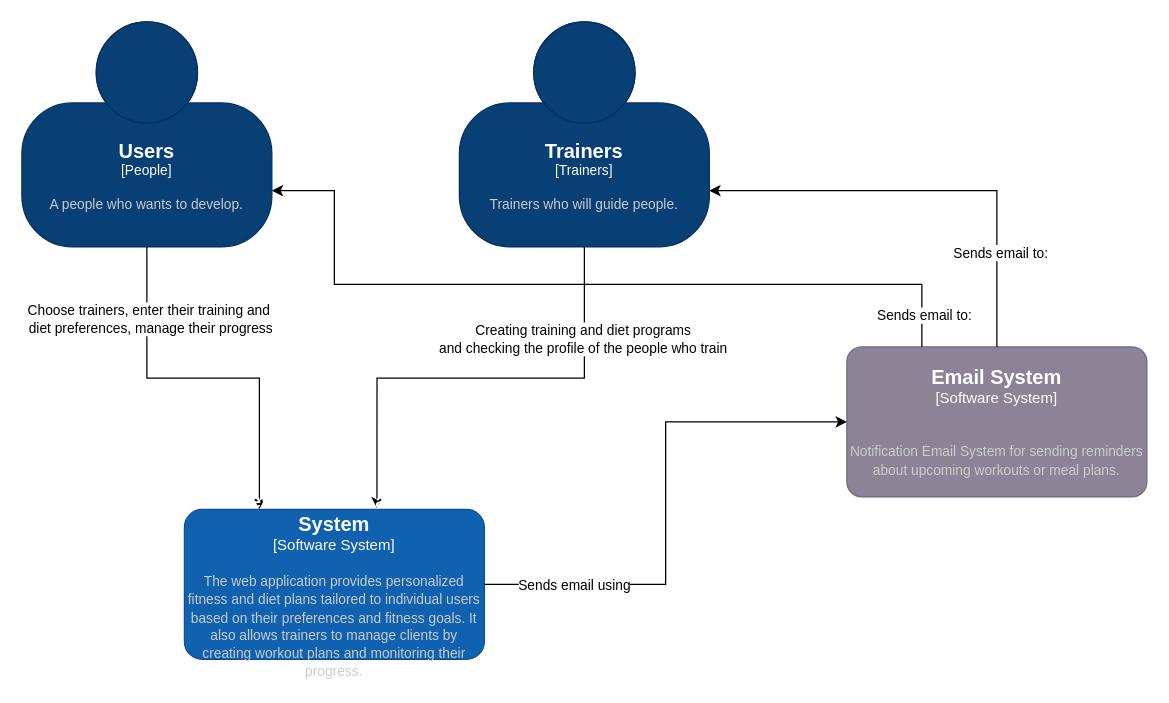
AtanasDimitrov12/FitnessApp-Backend keeps this draw.io diagram as page "C1 System Context" (1 of 4) of C4 Diagram/FitnessAppDiagram.drawio. Above is the earlier version. Source tidied: cells renumbered, new cells numbered last; positions are measured from the earlier drawing's top-left corner, leaving out a move shared by most shapes. Both pictures are drawn from the tidied source at 125%, with x=0, y=0 at pixel (21, 21).
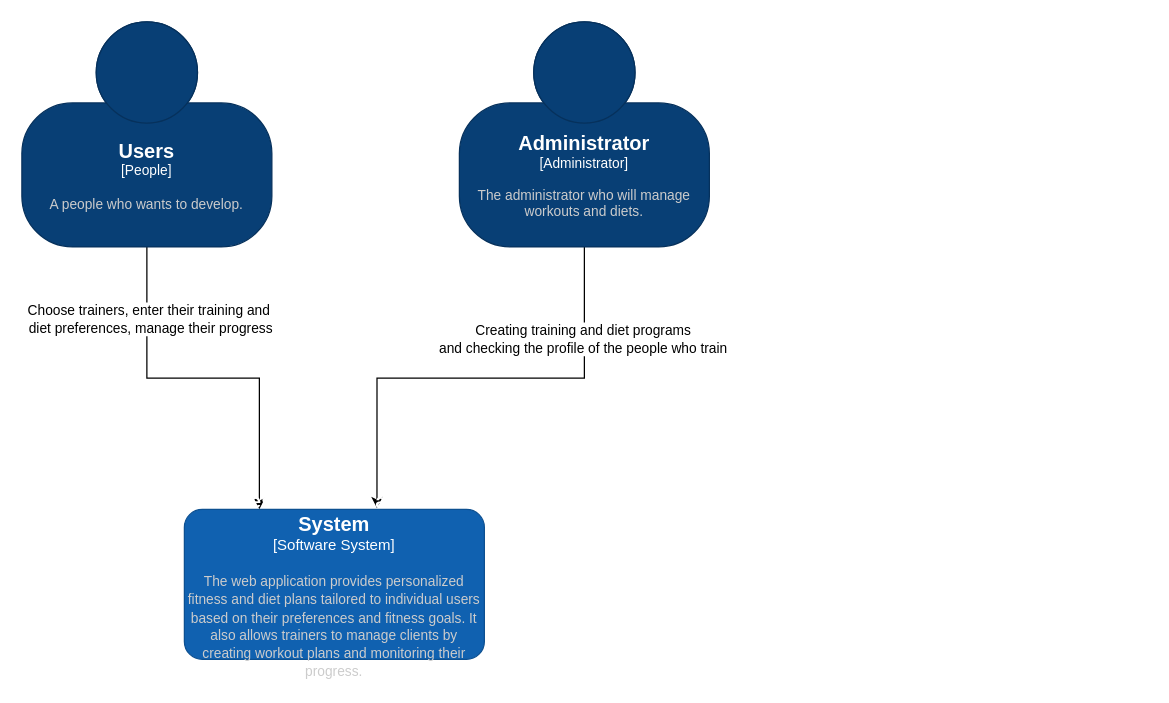
Above is the later version.

Unchanged cells that the change refers to:
```xml
<object id="4" label="&lt;font style=&quot;font-size: 16px&quot;&gt;&lt;b&gt;%c4Name%&lt;/b&gt;&lt;/font&gt;&lt;div&gt;[%c4Type%]&lt;/div&gt;&lt;br&gt;&lt;div&gt;&lt;font style=&quot;font-size: 11px&quot;&gt;&lt;font color=&quot;#cccccc&quot;&gt;%c4Description%&lt;/font&gt;&lt;/div&gt;" c4Description="A people who wants to develop." c4Name="Users" c4Type="People" placeholders="1">
  <mxCell style="html=1;fontSize=11;dashed=0;whiteSpace=wrap;fillColor=#083F75;strokeColor=#06315C;fontColor=#ffffff;shape=mxgraph.c4.person2;align=center;points=[[0.5,0,0],[1,0.5,0],[1,0.75,0],[0.75,1,0],[0.5,1,0],[0.25,1,0],[0,0.75,0],[0,0.5,0]];" parent="1" vertex="1">
    <mxGeometry width="200" height="180" as="geometry" />
  </mxCell>
</object>
<object id="8" label="&lt;font style=&quot;font-size: 16px&quot;&gt;&lt;b&gt;%c4Name%&lt;/b&gt;&lt;/font&gt;&lt;div&gt;[%c4Type%]&lt;/div&gt;&lt;br&gt;&lt;div&gt;&lt;font style=&quot;font-size: 11px&quot;&gt;&lt;font color=&quot;#cccccc&quot;&gt;%c4Description%&lt;/font&gt;&lt;/div&gt;" c4Description="The web application provides personalized fitness and diet plans tailored to individual users based on their preferences and fitness goals. It also allows trainers to manage clients by creating workout plans and monitoring their progress." c4Name="Fitness Workout and Diet System" c4Type="Software System" placeholders="1">
  <mxCell style="rounded=1;whiteSpace=wrap;html=1;labelBackgroundColor=none;fillColor=#1061B0;fontColor=#ffffff;align=center;arcSize=12;strokeColor=#0D5091;points=[[0.25,0,0],[0.5,0,0],[0.75,0,0],[1,0.25,0],[1,0.5,0],[1,0.75,0],[0.75,1,0],[0.5,1,0],[0.25,1,0],[0,0.75,0],[0,0.5,0],[0,0.25,0]];" parent="1" vertex="1">
    <mxGeometry x="130" y="390" width="240" height="120" as="geometry" />
  </mxCell>
</object>
```

The edit, as a diff of the source:
```diff
@@
-    <object id="7" label="&lt;font style=&quot;font-size: 16px&quot;&gt;&lt;b&gt;%c4Name%&lt;/b&gt;&lt;/font&gt;&lt;div&gt;[%c4Type%]&lt;/div&gt;&lt;br&gt;&lt;div&gt;&lt;font style=&quot;font-size: 11px&quot;&gt;&lt;font color=&quot;#cccccc&quot;&gt;%c4Description%&lt;/font&gt;&lt;/div&gt;" c4Description="Trainers who will guide people." c4Name="Trainers" c4Type="Trainers" placeholders="1">
+    <object id="7" label="&lt;font style=&quot;font-size: 16px&quot;&gt;&lt;b&gt;%c4Name%&lt;/b&gt;&lt;/font&gt;&lt;div&gt;[%c4Type%]&lt;/div&gt;&lt;br&gt;&lt;div&gt;&lt;font style=&quot;font-size: 11px&quot;&gt;&lt;font color=&quot;#cccccc&quot;&gt;%c4Description%&lt;/font&gt;&lt;/div&gt;" c4Description="The administrator who will manage workouts and diets." c4Name="Administrator" c4Type="Administrator" placeholders="1">
       <mxCell style="html=1;fontSize=11;dashed=0;whiteSpace=wrap;fillColor=#083F75;strokeColor=#06315C;fontColor=#ffffff;shape=mxgraph.c4.person2;align=center;points=[[0.5,0,0],[1,0.5,0],[1,0.75,0],[0.75,1,0],[0.5,1,0],[0.25,1,0],[0,0.75,0],[0,0.5,0]];" parent="1" vertex="1">
         <mxGeometry x="350" width="200" height="180" as="geometry" />
       </mxCell>
     </object>
@@
-    <object id="9" label="&lt;font style=&quot;font-size: 16px&quot;&gt;&lt;b&gt;%c4Name%&lt;/b&gt;&lt;/font&gt;&lt;div&gt;[%c4Type%]&lt;/div&gt;&lt;br&gt;&lt;div&gt;&lt;font style=&quot;font-size: 11px&quot;&gt;&lt;font color=&quot;#cccccc&quot;&gt;%c4Description%&lt;/font&gt;&lt;/div&gt;" c4Description="&#10;Notification Email System for sending reminders about upcoming workouts or meal plans." c4Name="Email System" c4Type="Software System" placeholders="1">
-      <mxCell style="rounded=1;whiteSpace=wrap;html=1;labelBackgroundColor=none;fillColor=#8C8496;fontColor=#ffffff;align=center;arcSize=10;strokeColor=#736782;points=[[0.25,0,0],[0.5,0,0],[0.75,0,0],[1,0.25,0],[1,0.5,0],[1,0.75,0],[0.75,1,0],[0.5,1,0],[0.25,1,0],[0,0.75,0],[0,0.5,0],[0,0.25,0]];" parent="1" vertex="1">
-        <mxGeometry x="660" y="260" width="240" height="120" as="geometry" />
-      </mxCell>
-    </object>
-    <mxCell id="10" style="edgeStyle=orthogonalEdgeStyle;rounded=0;jettySize=auto;html=1;exitX=0.5;exitY=0;exitDx=0;exitDy=0;exitPerimeter=0;entryX=1;entryY=0.75;entryDx=0;entryDy=0;entryPerimeter=0;" parent="1" edge="1" source="9" target="7">
-      <mxGeometry relative="1" as="geometry" />
-    </mxCell>
-    <mxCell id="11" value="Sends email to:" style="edgeLabel;html=1;align=center;verticalAlign=middle;" parent="10" vertex="1">
-      <mxGeometry x="-0.57" y="-2" relative="1" as="geometry" />
-    </mxCell>
-    <mxCell id="12" style="edgeStyle=orthogonalEdgeStyle;rounded=0;jettySize=auto;html=1;exitX=1;exitY=0.5;exitDx=0;exitDy=0;exitPerimeter=0;entryX=0;entryY=0.5;entryDx=0;entryDy=0;entryPerimeter=0;" parent="1" edge="1" source="8" target="9">
-      <mxGeometry relative="1" as="geometry" />
-    </mxCell>
-    <mxCell id="13" value="Sends email using" style="edgeLabel;html=1;align=center;verticalAlign=middle;" parent="12" vertex="1">
-      <mxGeometry x="-0.84" y="3" relative="1" as="geometry">
-        <mxPoint x="37" y="3" as="offset" />
-      </mxGeometry>
-    </mxCell>
-    <mxCell id="14" style="edgeStyle=orthogonalEdgeStyle;rounded=0;jettySize=auto;html=1;exitX=0.25;exitY=0;exitDx=0;exitDy=0;exitPerimeter=0;entryX=1;entryY=0.75;entryDx=0;entryDy=0;entryPerimeter=0;" parent="1" edge="1" source="9" target="4">
-      <mxGeometry relative="1" as="geometry">
-        <Array as="points">
-          <mxPoint x="720" y="210" />
-          <mxPoint x="250" y="210" />
-          <mxPoint x="250" y="135" />
-        </Array>
-      </mxGeometry>
-    </mxCell>
-    <mxCell id="15" value="Sends email to:" style="edgeLabel;html=1;align=center;verticalAlign=middle;" parent="14" vertex="1">
-      <mxGeometry x="-0.92" y="-1" relative="1" as="geometry" />
-    </mxCell>
```
